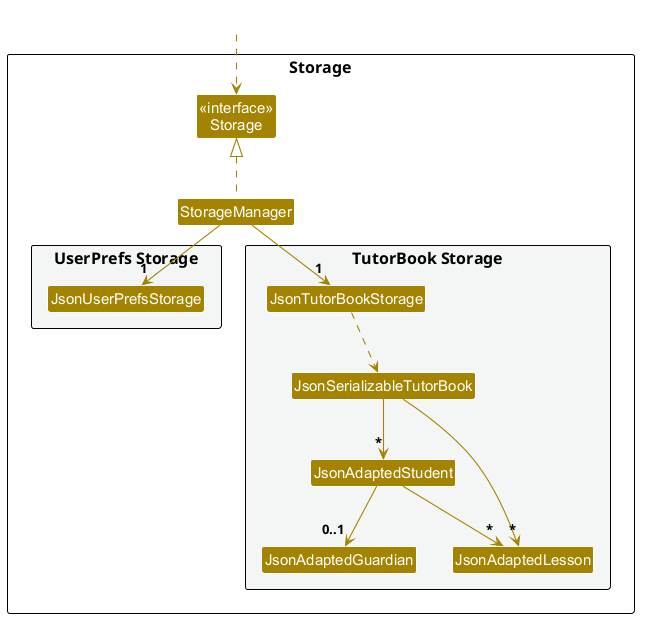
Above: docs/images/StorageClassDiagram.png in AY2627S1-CS2103T-F13-1/tp (PlantUML), before the change.
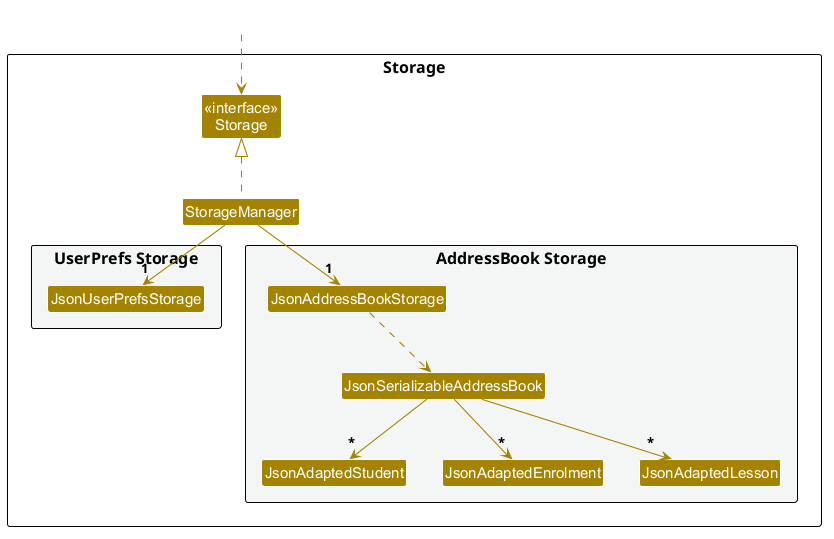
Above is the later version.

Commit message:
Update Model and Storage class diagrams

What changed in the source:
```diff
@@ -13,11 +13,11 @@
 Class JsonUserPrefsStorage
 }
 
-package "TutorBook Storage" #F4F6F6{
-Class JsonTutorBookStorage
-Class JsonSerializableTutorBook
+package "AddressBook Storage" #F4F6F6{
+Class JsonAddressBookStorage
+Class JsonSerializableAddressBook
 Class JsonAdaptedStudent
-Class JsonAdaptedGuardian
+Class JsonAdaptedEnrolment
 Class JsonAdaptedLesson
 }
 
@@ -28,12 +28,11 @@
 
 StorageManager .up.|> Storage
 StorageManager -down-> "1" JsonUserPrefsStorage
-StorageManager -down-> "1" JsonTutorBookStorage
+StorageManager -down-> "1" JsonAddressBookStorage
 
-JsonTutorBookStorage ..> JsonSerializableTutorBook
-JsonSerializableTutorBook --> "*" JsonAdaptedStudent
-JsonSerializableTutorBook --> "*" JsonAdaptedLesson
-JsonAdaptedStudent --> "0..1" JsonAdaptedGuardian
-JsonAdaptedStudent --> "*" JsonAdaptedLesson
+JsonAddressBookStorage ..> JsonSerializableAddressBook
+JsonSerializableAddressBook --> "*" JsonAdaptedStudent
+JsonSerializableAddressBook --> "*" JsonAdaptedEnrolment
+JsonSerializableAddressBook --> "*" JsonAdaptedLesson
 
 @enduml
```
